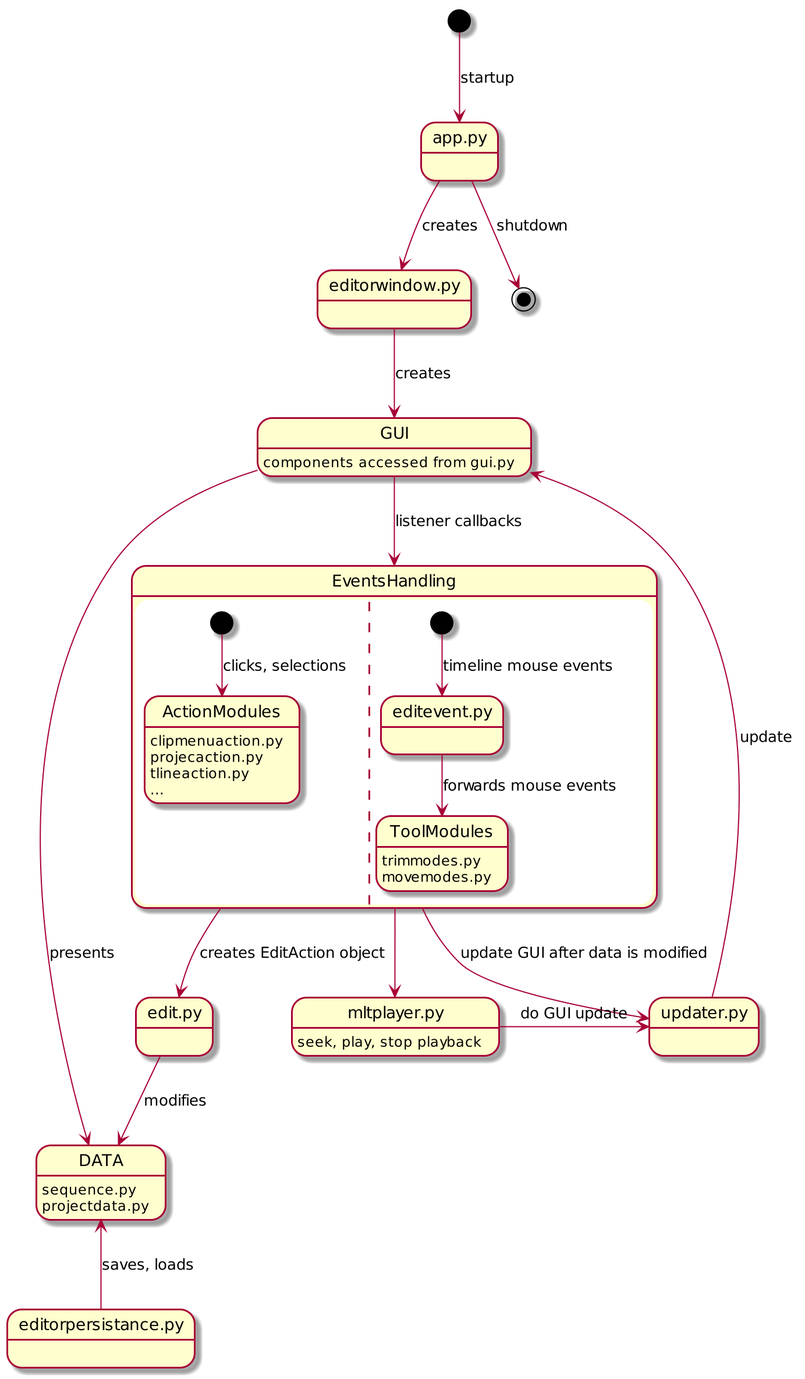
Earlier version of the PlantUML export flowblade-trunk/docs/codeoverview/fbladedia.png (jliljebl/flowblade).
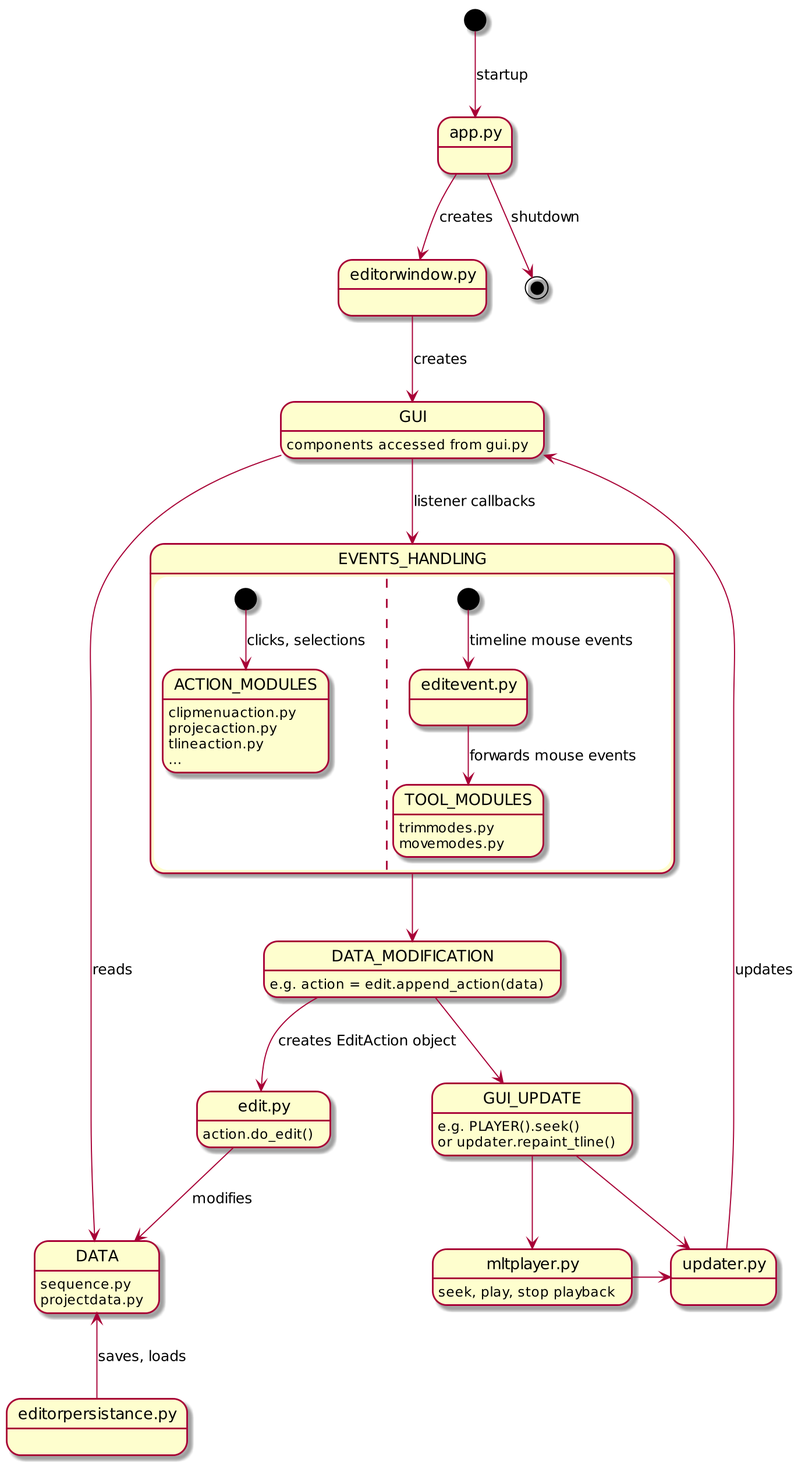
The same diagram one commit later.

Change to the diagram source:
```diff
@@ -11,40 +11,48 @@
 
 editorwindow.py --> GUI : creates
 
-GUI --> EventsHandling : listener callbacks
+GUI --> EVENTS_HANDLING : listener callbacks
 GUI : components accessed from gui.py
 
-state EventsHandling {
-	[*] --> ActionModules : clicks, selections
-	ActionModules : clipmenuaction.py
-	ActionModules : projecaction.py
-	ActionModules : tlineaction.py
-	ActionModules : ...
+state EVENTS_HANDLING {
+	[*] --> ACTION_MODULES : clicks, selections
+	ACTION_MODULES : clipmenuaction.py
+	ACTION_MODULES : projecaction.py
+	ACTION_MODULES : tlineaction.py
+	ACTION_MODULES : ...
 	||
 	[*] --> editevent.py : timeline mouse events
-	editevent.py --> ToolModules : forwards mouse events
-	ToolModules : trimmodes.py
-	ToolModules : movemodes.py
+	editevent.py --> TOOL_MODULES : forwards mouse events
+	TOOL_MODULES : trimmodes.py
+	TOOL_MODULES : movemodes.py
 }
 
 
-EventsHandling --> edit.py : creates EditAction object
+EVENTS_HANDLING --> DATA_MODIFICATION
+
+
+DATA_MODIFICATION --> edit.py : creates EditAction object
+DATA_MODIFICATION : e.g. action = edit.append_action(data)
+DATA_MODIFICATION -d-> GUI_UPDATE
 
 edit.py --> DATA : modifies
+edit.py : action.do_edit()
 
 DATA : sequence.py
 DATA : projectdata.py
 
-EventsHandling --> mltplayer.py
+GUI_UPDATE --> mltplayer.py
 mltplayer.py : seek, play, stop playback
 
-EventsHandling --> updater.py : update GUI after data is modified
+GUI_UPDATE --> updater.py
+GUI_UPDATE : e.g. PLAYER().seek()
+GUI_UPDATE : or updater.repaint_tline()
 
-updater.py --> GUI : update
+updater.py --> GUI : updates
 
-mltplayer.py -r-> updater.py : do GUI update
+mltplayer.py -r-> updater.py
 
-GUI --> DATA : presents
+GUI --> DATA : reads
 
 editorpersistance.py -u-> DATA : saves, loads
 
```
